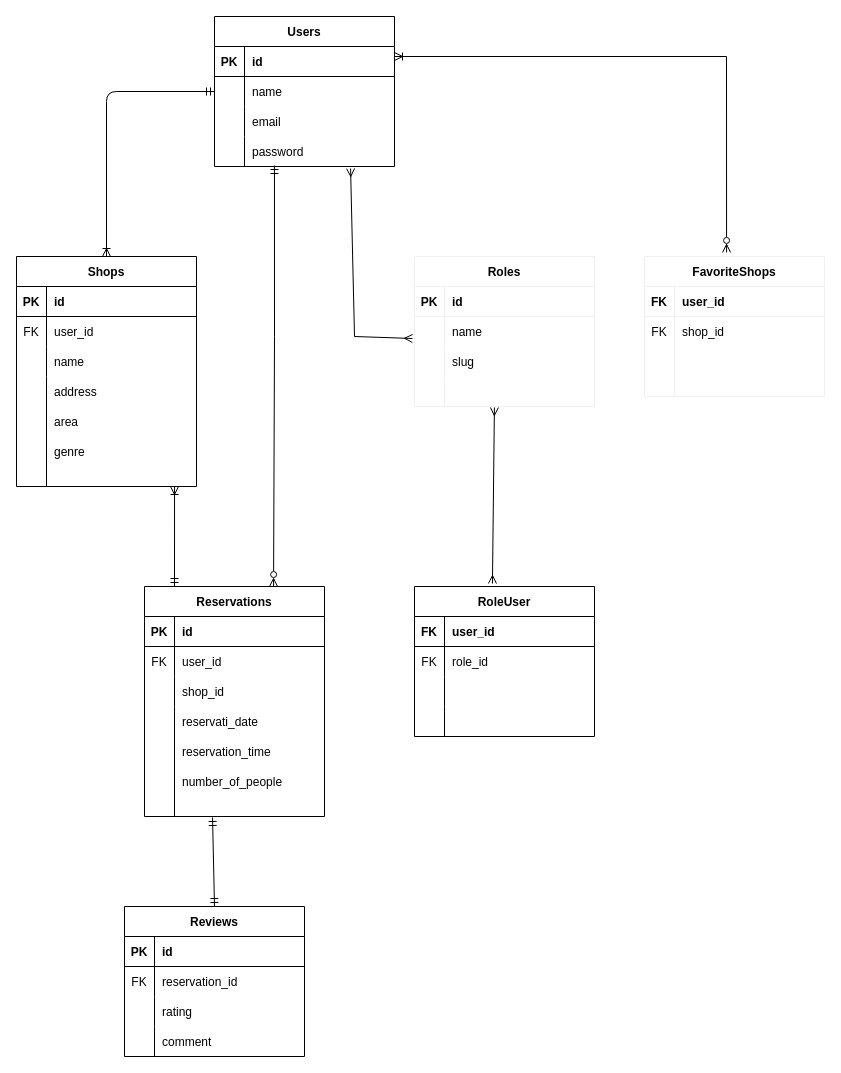
This is images/.drawio from k0922k/RESE-, a draw.io file, before an edit. Source tidied: cells renumbered, new cells numbered last; positions are measured from the earlier drawing's top-left corner, leaving out a move shared by most shapes. Both pictures are drawn from the tidied source at 100%, with x=0, y=0 at pixel (16, 16).
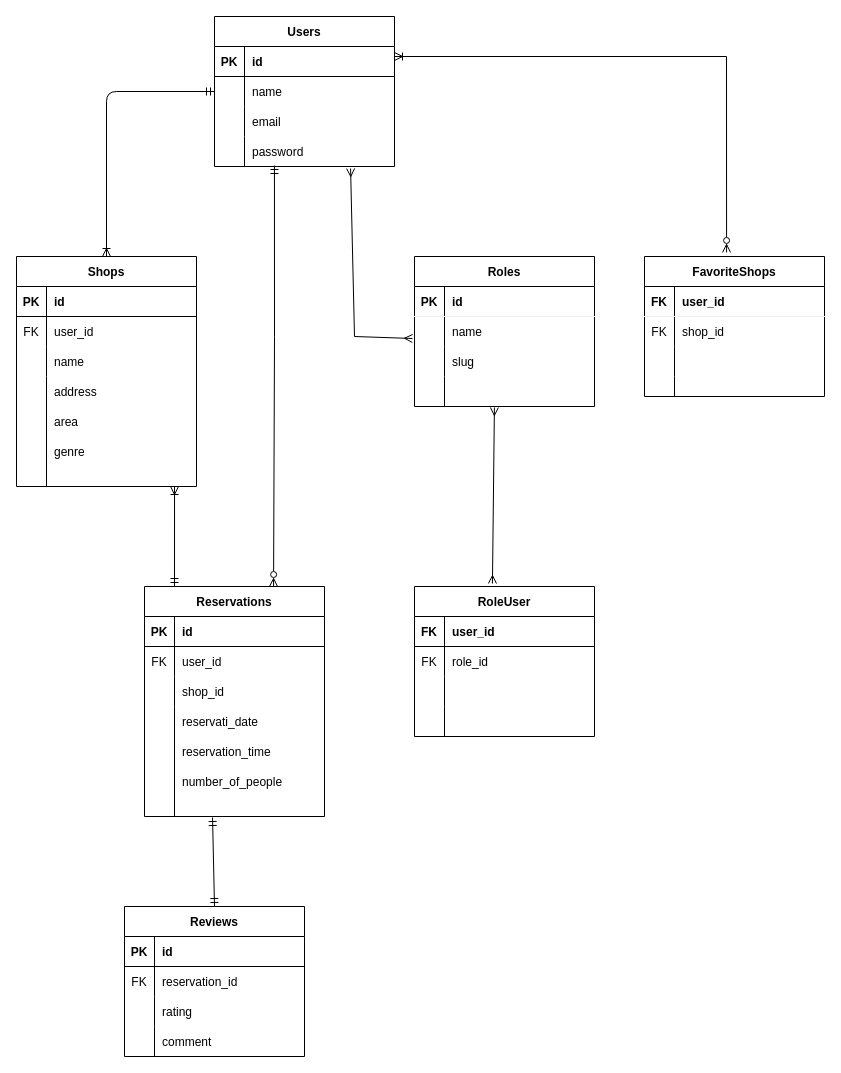
The same page after the edit.

The edit, as a diff of the source:
```diff
@@
-    <mxCell id="31" value="Roles" style="shape=table;startSize=30;childLayout=tableLayout;rowLines=0;fontStyle=1;align=center;sketch=0;strokeColor=#F0F0F0;fillColor=none;" parent="1" vertex="1">
+    <mxCell id="31" value="Roles" style="shape=table;startSize=30;childLayout=tableLayout;rowLines=0;fontStyle=1;align=center;sketch=0;strokeColor=#000000;fillColor=none;" parent="1" vertex="1">
       <mxGeometry x="398" y="240" width="180" height="150" as="geometry" />
     </mxCell>
@@
-    <mxCell id="44" value="FavoriteShops" style="shape=table;startSize=30;childLayout=tableLayout;rowLines=0;fontStyle=1;align=center;sketch=0;strokeColor=#F0F0F0;fillColor=none;" parent="1" vertex="1">
+    <mxCell id="44" value="FavoriteShops" style="shape=table;startSize=30;childLayout=tableLayout;rowLines=0;fontStyle=1;align=center;sketch=0;strokeColor=#000000;fillColor=none;" parent="1" vertex="1">
       <mxGeometry x="628" y="240" width="180" height="140" as="geometry" />
     </mxCell>
```
